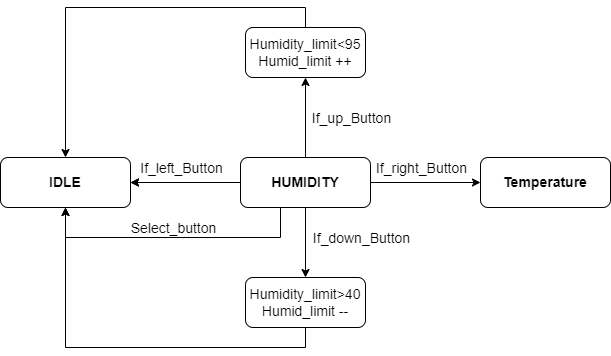
Above: Labs/Project/Image/Humidity2.png in Ladislav-Drapal/Digital-electronics-2 (draw.io), before the change. Source tidied: cells renumbered, new cells last; positions are measured from the earlier drawing's top-left corner, leaving out a move shared by most shapes.
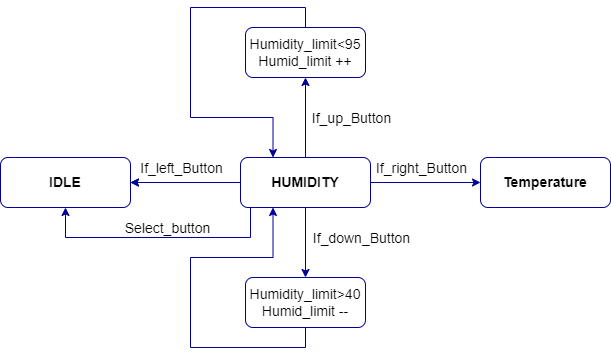
The same file after the commit.

Diff of the diagram source:
```diff
@@ -2,66 +2,80 @@
   <root>
     <mxCell id="0" />
     <mxCell id="1" parent="0" />
-    <mxCell id="2" style="edgeStyle=orthogonalEdgeStyle;rounded=0;jettySize=auto;html=1;exitX=0.5;exitY=1;exitDx=0;exitDy=0;entryX=0.5;entryY=0;entryDx=0;entryDy=0;fontSize=14;" parent="1" edge="1" source="9" target="13">
+    <mxCell id="2" style="edgeStyle=orthogonalEdgeStyle;rounded=0;jettySize=auto;html=1;exitX=0.5;exitY=1;exitDx=0;exitDy=0;entryX=0.5;entryY=0;entryDx=0;entryDy=0;fontSize=14;strokeColor=#000099;" parent="1" edge="1" source="9" target="13">
       <mxGeometry relative="1" as="geometry" />
     </mxCell>
-    <mxCell id="3" style="edgeStyle=orthogonalEdgeStyle;rounded=0;jettySize=auto;html=1;exitX=0.5;exitY=0;exitDx=0;exitDy=0;entryX=0.5;entryY=1;entryDx=0;entryDy=0;fontSize=14;" parent="1" edge="1" source="9" target="11">
+    <mxCell id="3" style="edgeStyle=orthogonalEdgeStyle;rounded=0;jettySize=auto;html=1;exitX=0.5;exitY=0;exitDx=0;exitDy=0;entryX=0.5;entryY=1;entryDx=0;entryDy=0;fontSize=14;strokeColor=#000099;" parent="1" edge="1" source="9" target="11">
       <mxGeometry relative="1" as="geometry" />
     </mxCell>
-    <mxCell id="4" style="edgeStyle=orthogonalEdgeStyle;rounded=0;jettySize=auto;html=1;exitX=1;exitY=0.5;exitDx=0;exitDy=0;entryX=0;entryY=0.5;entryDx=0;entryDy=0;fontSize=14;" parent="1" edge="1" source="9" target="14">
+    <mxCell id="4" style="edgeStyle=orthogonalEdgeStyle;rounded=0;jettySize=auto;html=1;exitX=1;exitY=0.5;exitDx=0;exitDy=0;entryX=0;entryY=0.5;entryDx=0;entryDy=0;fontSize=14;strokeColor=#000099;" parent="1" edge="1" source="9" target="14">
       <mxGeometry relative="1" as="geometry" />
     </mxCell>
-    <mxCell id="5" style="edgeStyle=orthogonalEdgeStyle;rounded=0;jettySize=auto;html=1;exitX=0.25;exitY=1;exitDx=0;exitDy=0;entryX=0.5;entryY=1;entryDx=0;entryDy=0;fontSize=14;" parent="1" edge="1" source="9" target="15">
+    <mxCell id="5" style="edgeStyle=orthogonalEdgeStyle;rounded=0;jettySize=auto;html=1;exitX=0.25;exitY=1;exitDx=0;exitDy=0;entryX=0.5;entryY=1;entryDx=0;entryDy=0;fontSize=14;strokeColor=#000099;" parent="1" edge="1" source="9" target="15">
       <mxGeometry relative="1" as="geometry">
         <Array as="points">
-          <mxPoint x="280" y="180" />
-          <mxPoint x="280" y="210" />
+          <mxPoint x="250" y="180" />
+          <mxPoint x="250" y="210" />
           <mxPoint x="65" y="210" />
         </Array>
       </mxGeometry>
     </mxCell>
-    <mxCell id="6" value="Select_button" style="edgeLabel;html=1;align=center;verticalAlign=middle;fontSize=14;" parent="5" vertex="1">
+    <mxCell id="6" value="Select_button" style="edgeLabel;html=1;align=center;verticalAlign=middle;fontSize=14;strokeColor=#000099;" parent="5" vertex="1">
       <mxGeometry x="0.13" relative="1" as="geometry">
         <mxPoint x="15" y="-10" as="offset" />
       </mxGeometry>
     </mxCell>
-    <mxCell id="7" style="edgeStyle=orthogonalEdgeStyle;rounded=0;jettySize=auto;html=1;exitX=0;exitY=0.5;exitDx=0;exitDy=0;entryX=1;entryY=0.5;entryDx=0;entryDy=0;" parent="1" edge="1" source="9" target="15">
+    <mxCell id="7" style="edgeStyle=orthogonalEdgeStyle;rounded=0;jettySize=auto;html=1;exitX=0;exitY=0.5;exitDx=0;exitDy=0;entryX=1;entryY=0.5;entryDx=0;entryDy=0;strokeColor=#000099;" parent="1" edge="1" source="9" target="15">
       <mxGeometry relative="1" as="geometry" />
     </mxCell>
-    <mxCell id="8" style="edgeStyle=orthogonalEdgeStyle;rounded=0;jettySize=auto;html=1;" parent="1" edge="1" source="9" target="15">
+    <mxCell id="8" style="edgeStyle=orthogonalEdgeStyle;rounded=0;jettySize=auto;html=1;strokeColor=#000099;" parent="1" edge="1" source="9" target="15">
       <mxGeometry relative="1" as="geometry" />
     </mxCell>
-    <mxCell id="9" value="&lt;span style=&quot;font-size: 14px&quot;&gt;&lt;b&gt;HUMIDITY&lt;/b&gt;&lt;/span&gt;" style="rounded=1;whiteSpace=wrap;html=1;" parent="1" vertex="1">
+    <mxCell id="9" value="&lt;span style=&quot;font-size: 14px&quot;&gt;&lt;b&gt;HUMIDITY&lt;/b&gt;&lt;/span&gt;" style="rounded=1;whiteSpace=wrap;html=1;strokeColor=#000099;" parent="1" vertex="1">
       <mxGeometry x="240" y="130" width="130" height="50" as="geometry" />
     </mxCell>
-    <mxCell id="10" style="edgeStyle=orthogonalEdgeStyle;rounded=0;jettySize=auto;html=1;exitX=0.5;exitY=0;exitDx=0;exitDy=0;entryX=0.5;entryY=0;entryDx=0;entryDy=0;fontSize=14;" parent="1" edge="1" source="11" target="15">
-      <mxGeometry relative="1" as="geometry" />
+    <mxCell id="10" style="edgeStyle=orthogonalEdgeStyle;rounded=0;jettySize=auto;html=1;exitX=0.5;exitY=0;exitDx=0;exitDy=0;entryX=0.25;entryY=0;entryDx=0;entryDy=0;fontSize=14;strokeColor=#000099;" parent="1" edge="1" source="11" target="9">
+      <mxGeometry relative="1" as="geometry">
+        <Array as="points">
+          <mxPoint x="305" y="-20" />
+          <mxPoint x="190" y="-20" />
+          <mxPoint x="190" y="90" />
+          <mxPoint x="273" y="90" />
+        </Array>
+      </mxGeometry>
     </mxCell>
-    <mxCell id="11" value="Humidity_limit&amp;lt;95&lt;br&gt;Humid_limit ++" style="rounded=1;whiteSpace=wrap;html=1;fontSize=14;" parent="1" vertex="1">
+    <mxCell id="11" value="Humidity_limit&amp;lt;95&lt;br&gt;Humid_limit ++" style="rounded=1;whiteSpace=wrap;html=1;fontSize=14;strokeColor=#000099;" parent="1" vertex="1">
       <mxGeometry x="245" width="120" height="50" as="geometry" />
     </mxCell>
-    <mxCell id="12" style="edgeStyle=orthogonalEdgeStyle;rounded=0;jettySize=auto;html=1;exitX=0.5;exitY=1;exitDx=0;exitDy=0;entryX=0.5;entryY=1;entryDx=0;entryDy=0;fontSize=14;" parent="1" edge="1" source="13" target="15">
-      <mxGeometry relative="1" as="geometry" />
+    <mxCell id="12" style="edgeStyle=orthogonalEdgeStyle;rounded=0;jettySize=auto;html=1;exitX=0.5;exitY=1;exitDx=0;exitDy=0;fontSize=14;entryX=0.25;entryY=1;entryDx=0;entryDy=0;strokeColor=#000099;" parent="1" edge="1" source="13" target="9">
+      <mxGeometry relative="1" as="geometry">
+        <Array as="points">
+          <mxPoint x="305" y="320" />
+          <mxPoint x="190" y="320" />
+          <mxPoint x="190" y="230" />
+          <mxPoint x="273" y="230" />
+        </Array>
+      </mxGeometry>
     </mxCell>
-    <mxCell id="13" value="Humidity_limit&amp;gt;40&lt;br&gt;Humid_limit --" style="rounded=1;whiteSpace=wrap;html=1;fontSize=14;" parent="1" vertex="1">
+    <mxCell id="13" value="Humidity_limit&amp;gt;40&lt;br&gt;Humid_limit --" style="rounded=1;whiteSpace=wrap;html=1;fontSize=14;strokeColor=#000099;" parent="1" vertex="1">
       <mxGeometry x="245" y="250" width="120" height="50" as="geometry" />
     </mxCell>
-    <mxCell id="14" value="&lt;span style=&quot;font-size: 14px&quot;&gt;&lt;b&gt;Temperature&lt;/b&gt;&lt;/span&gt;" style="rounded=1;whiteSpace=wrap;html=1;" parent="1" vertex="1">
+    <mxCell id="14" value="&lt;span style=&quot;font-size: 14px&quot;&gt;&lt;b&gt;Temperature&lt;/b&gt;&lt;/span&gt;" style="rounded=1;whiteSpace=wrap;html=1;strokeColor=#000099;" parent="1" vertex="1">
       <mxGeometry x="480" y="130" width="130" height="50" as="geometry" />
     </mxCell>
-    <mxCell id="15" value="&lt;b&gt;&lt;font style=&quot;font-size: 14px&quot;&gt;IDLE&lt;/font&gt;&lt;/b&gt;" style="rounded=1;whiteSpace=wrap;html=1;" parent="1" vertex="1">
+    <mxCell id="15" value="&lt;b&gt;&lt;font style=&quot;font-size: 14px&quot;&gt;IDLE&lt;/font&gt;&lt;/b&gt;" style="rounded=1;whiteSpace=wrap;html=1;strokeColor=#000099;" parent="1" vertex="1">
       <mxGeometry y="130" width="130" height="50" as="geometry" />
     </mxCell>
-    <mxCell id="16" value="If_right_Button" style="edgeLabel;html=1;align=center;verticalAlign=middle;fontSize=14;" parent="1" vertex="1">
+    <mxCell id="16" value="If_right_Button" style="edgeLabel;html=1;align=center;verticalAlign=middle;fontSize=14;strokeColor=#000099;" parent="1" vertex="1">
       <mxGeometry x="420" y="140" as="geometry" />
     </mxCell>
-    <mxCell id="17" value="If_left_Button" style="edgeLabel;html=1;align=center;verticalAlign=middle;fontSize=14;" parent="1" vertex="1">
+    <mxCell id="17" value="If_left_Button" style="edgeLabel;html=1;align=center;verticalAlign=middle;fontSize=14;strokeColor=#000099;" parent="1" vertex="1">
       <mxGeometry x="180" y="140" as="geometry" />
     </mxCell>
-    <mxCell id="18" value="If_up_Button" style="edgeLabel;html=1;align=center;verticalAlign=middle;fontSize=14;" parent="1" vertex="1">
+    <mxCell id="18" value="If_up_Button" style="edgeLabel;html=1;align=center;verticalAlign=middle;fontSize=14;strokeColor=#000099;" parent="1" vertex="1">
       <mxGeometry x="350" y="90" as="geometry" />
     </mxCell>
-    <mxCell id="19" value="If_down_Button" style="edgeLabel;html=1;align=center;verticalAlign=middle;fontSize=14;" parent="1" vertex="1">
+    <mxCell id="19" value="If_down_Button" style="edgeLabel;html=1;align=center;verticalAlign=middle;fontSize=14;strokeColor=#000099;" parent="1" vertex="1">
       <mxGeometry x="360" y="210" as="geometry" />
     </mxCell>
   </root>
```
